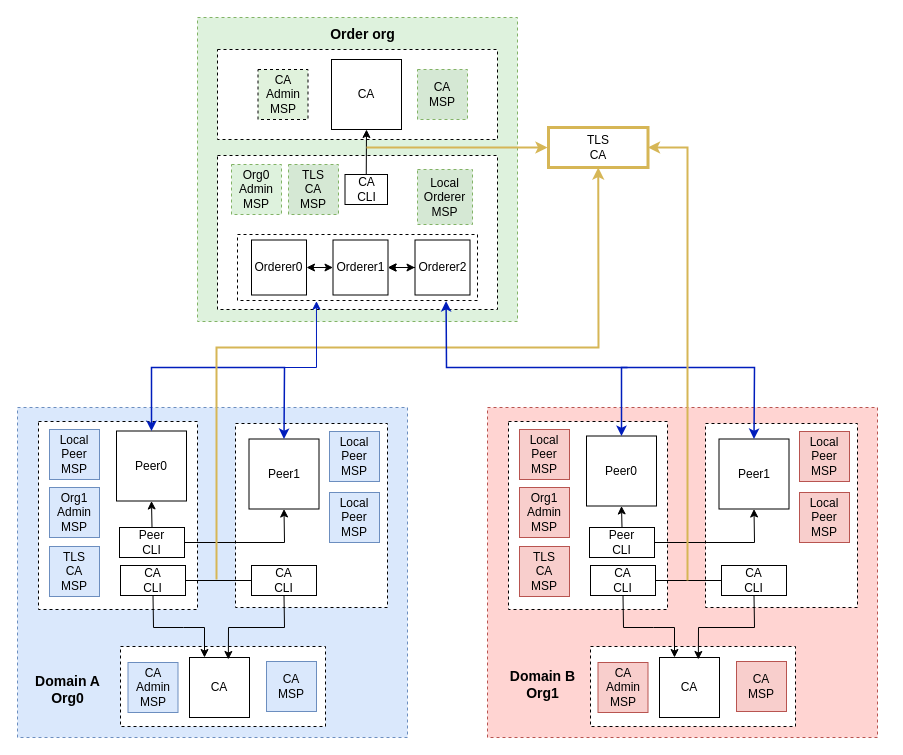
Earlier version of the draw.io diagram 实验架构图.drawio (Mr-doublehappines/httpServer). Source tidied: cells renumbered, new cells numbered last; positions are measured from the earlier drawing's top-left corner, leaving out a move shared by most shapes. Both pictures are drawn from the tidied source at 100%, with x=0, y=0 at pixel (17, 17).
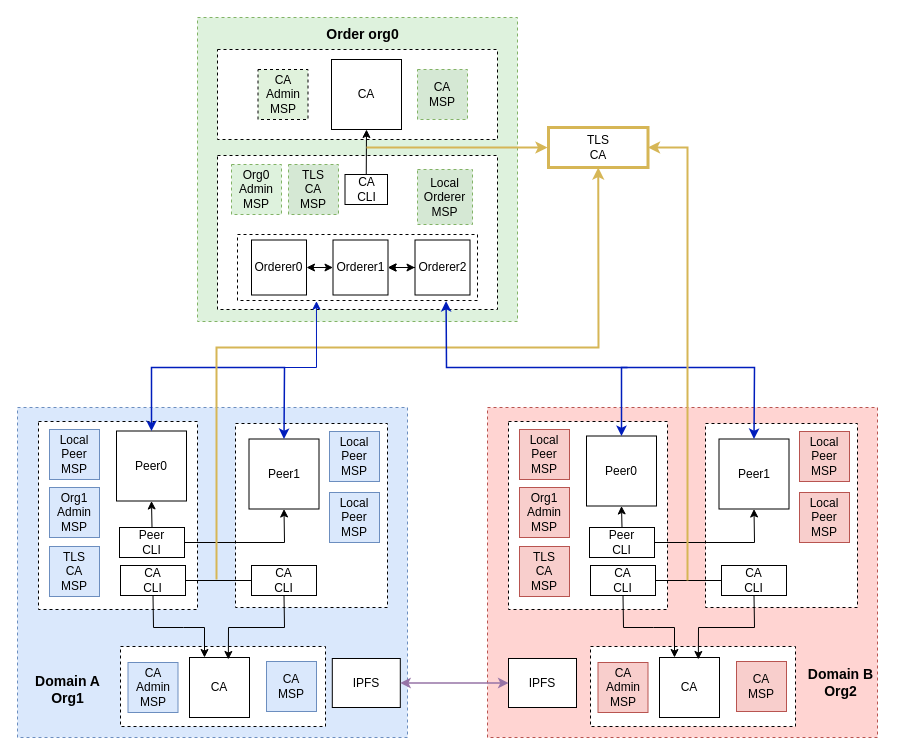
Above is the later version.

Commit message:
更新实验架构图.drawio

Change to the diagram source:
```diff
@@
-    <mxCell id="56" value="&lt;b style=&quot;font-size: 14px;&quot;&gt;&lt;font style=&quot;font-size: 14px;&quot;&gt;Domain A&lt;/font&gt;&lt;/b&gt;&lt;div style=&quot;font-size: 14px;&quot;&gt;&lt;b style=&quot;&quot;&gt;&lt;font style=&quot;font-size: 14px;&quot;&gt;Org0&lt;/font&gt;&lt;/b&gt;&lt;/div&gt;" style="text;html=1;align=center;verticalAlign=middle;strokeColor=none;fillColor=none;" parent="1" vertex="1">
+    <mxCell id="56" value="&lt;b style=&quot;font-size: 14px;&quot;&gt;&lt;font style=&quot;font-size: 14px;&quot;&gt;Domain A&lt;/font&gt;&lt;/b&gt;&lt;div style=&quot;font-size: 14px;&quot;&gt;&lt;b style=&quot;&quot;&gt;&lt;font style=&quot;font-size: 14px;&quot;&gt;Org1&lt;/font&gt;&lt;/b&gt;&lt;/div&gt;" style="text;html=1;align=center;verticalAlign=middle;strokeColor=none;fillColor=none;" parent="1" vertex="1">
       <mxGeometry x="5" y="647" width="90" height="50" as="geometry" />
     </mxCell>
-    <mxCell id="57" value="&lt;b style=&quot;font-size: 14px;&quot;&gt;&lt;font style=&quot;font-size: 14px;&quot;&gt;Domain B&lt;/font&gt;&lt;/b&gt;&lt;div style=&quot;font-size: 14px;&quot;&gt;&lt;b style=&quot;&quot;&gt;&lt;font style=&quot;font-size: 14px;&quot;&gt;Org1&lt;/font&gt;&lt;/b&gt;&lt;/div&gt;" style="text;html=1;align=center;verticalAlign=middle;strokeColor=none;fillColor=none;" parent="1" vertex="1">
-      <mxGeometry x="480" y="642" width="90" height="50" as="geometry" />
+    <mxCell id="57" value="&lt;b style=&quot;font-size: 14px;&quot;&gt;&lt;font style=&quot;font-size: 14px;&quot;&gt;Domain B&lt;/font&gt;&lt;/b&gt;&lt;div style=&quot;font-size: 14px;&quot;&gt;&lt;b style=&quot;&quot;&gt;&lt;font style=&quot;font-size: 14px;&quot;&gt;Org2&lt;/font&gt;&lt;/b&gt;&lt;/div&gt;" style="text;html=1;align=center;verticalAlign=middle;strokeColor=none;fillColor=none;" parent="1" vertex="1">
+      <mxGeometry x="778" y="640" width="90" height="50" as="geometry" />
     </mxCell>
@@
-    <mxCell id="75" value="&lt;b style=&quot;font-size: 14px;&quot;&gt;Order&amp;nbsp;&lt;span style=&quot;background-color: initial;&quot;&gt;org&lt;/span&gt;&lt;/b&gt;" style="text;html=1;align=center;verticalAlign=middle;strokeColor=none;fillColor=none;" parent="1" vertex="1">
-      <mxGeometry x="299.5" y="2" width="90" height="30" as="geometry" />
+    <mxCell id="75" value="&lt;b style=&quot;font-size: 14px;&quot;&gt;Order&amp;nbsp;&lt;span style=&quot;background-color: initial;&quot;&gt;org0&lt;/span&gt;&lt;/b&gt;" style="text;html=1;align=center;verticalAlign=middle;strokeColor=none;fillColor=none;" parent="1" vertex="1">
+      <mxGeometry x="294.5" y="2" width="100" height="30" as="geometry" />
     </mxCell>
+    <mxCell id="76" value="IPFS" style="rounded=0;whiteSpace=wrap;html=1;" parent="1" vertex="1">
+      <mxGeometry x="314.8" y="641" width="68" height="49" as="geometry" />
+    </mxCell>
+    <mxCell id="77" value="IPFS" style="rounded=0;whiteSpace=wrap;html=1;" parent="1" vertex="1">
+      <mxGeometry x="491" y="641" width="68" height="49" as="geometry" />
+    </mxCell>
+    <mxCell id="78" style="endArrow=classic;startArrow=classic;html=1;rounded=0;entryX=0;entryY=0.5;entryDx=0;entryDy=0;exitX=1;exitY=0.5;exitDx=0;exitDy=0;fillColor=#e1d5e7;strokeColor=#9673a6;strokeWidth=1.5;" parent="1" edge="1" source="76" target="77">
+      <mxGeometry relative="1" as="geometry" />
+    </mxCell>
```
